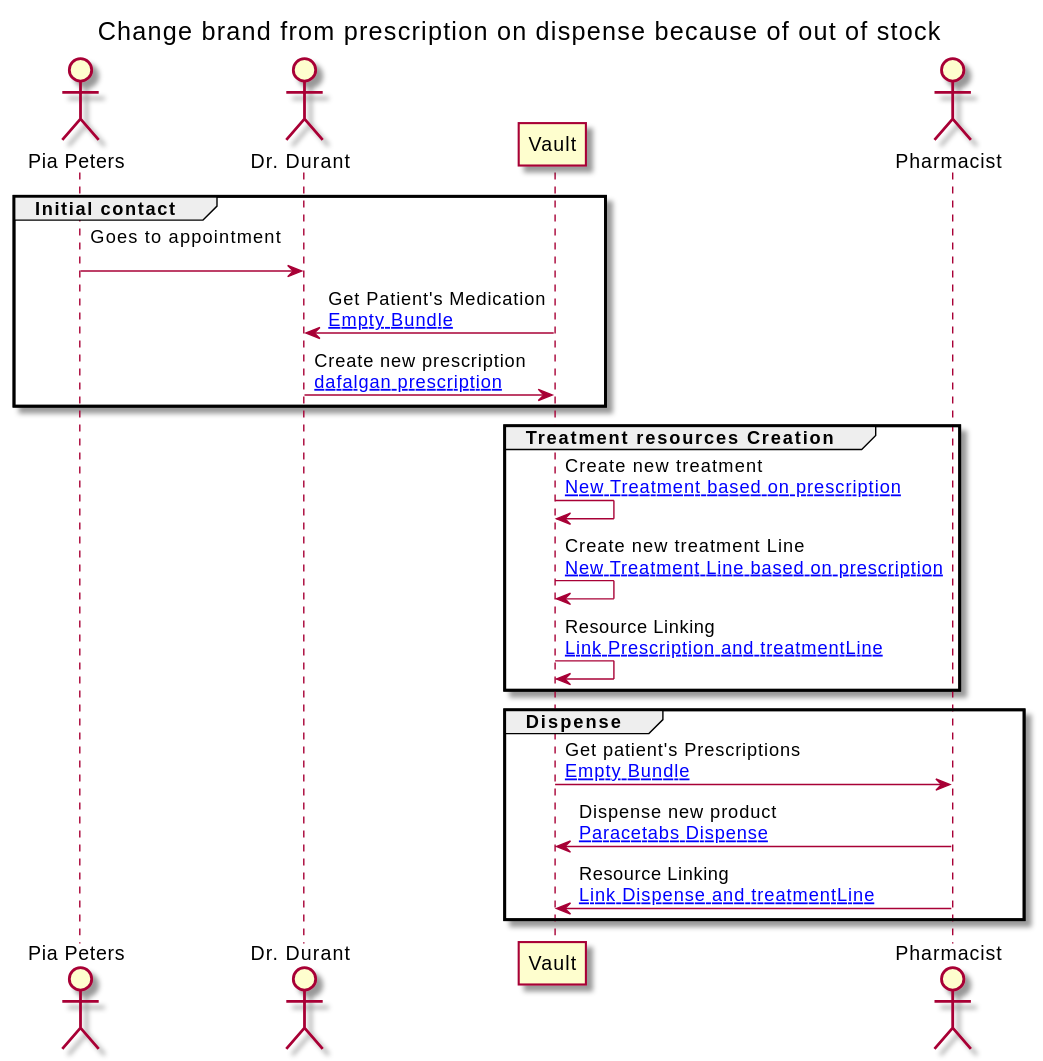
Above: branches/master/ExampleScenario-example-5-scenario.svg in jcostateixeira/riziv-medication-record (PlantUML), before the change.
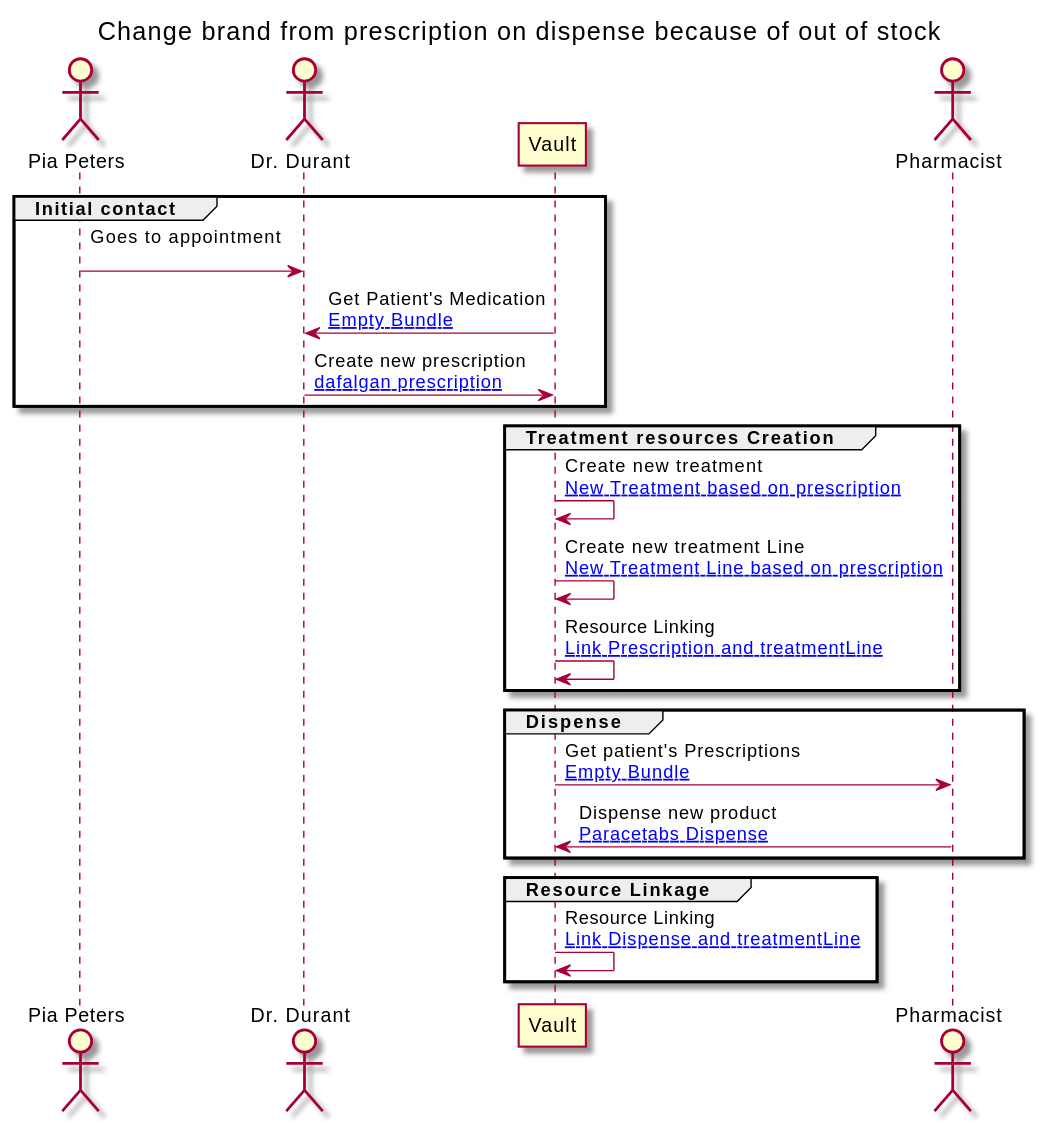
The same diagram one commit later.

What changed in the source:
```diff
@@ -31,7 +31,11 @@
 
 VAULT -> PHARM : Get patient's Prescriptions\n[[ExampleScenario-example-5-scenario-resources.html#EB Empty Bundle]]
 PHARM -> VAULT : Dispense new product\n[[ExampleScenario-example-5-scenario-resources.html#5-dispense Paracetabs Dispense]]
-PHARM -> VAULT : Resource Linking\n[[ExampleScenario-example-5-scenario-resources.html#5-2-provenance Link Dispense and treatmentLine]]
+end
+
+group Resource Linkage
+
+VAULT -> VAULT : Resource Linking\n[[ExampleScenario-example-5-scenario-resources.html#5-2-provenance Link Dispense and treatmentLine]]
 end
 
 
```
